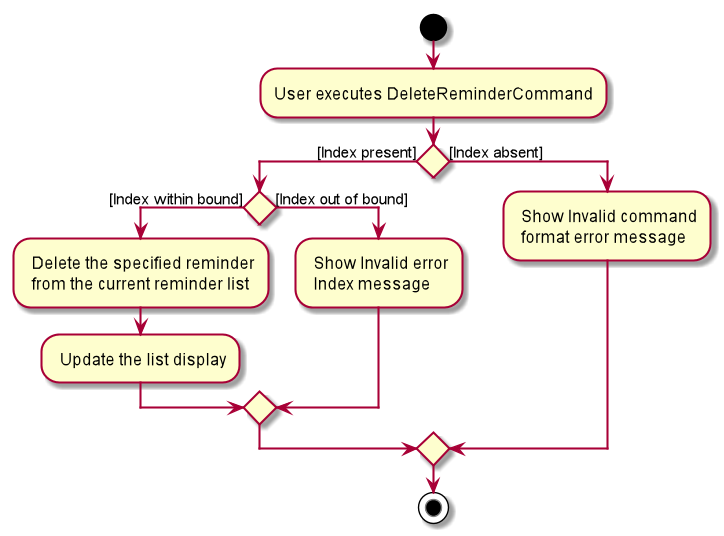
This is docs/images/DeleteReminderActivityDiagram.png from nus-cs2103-AY1920S1/addressbook-level3, a PlantUML export, as it was before one commit. The source it was exported from:
```plantuml
@startuml
start
:User executes DeleteReminderCommand;

if() then ([Index present])
    if() then ([Index within bound])
        : Delete the specified reminder
         from the current reminder list;
        : Update the list display;
    else ([Index out of bound])
        : Show Invalid error
         Index message;
    endif
else([Index absent])
    : Show Invalid command
     format error message;
endif
stop
@enduml
```
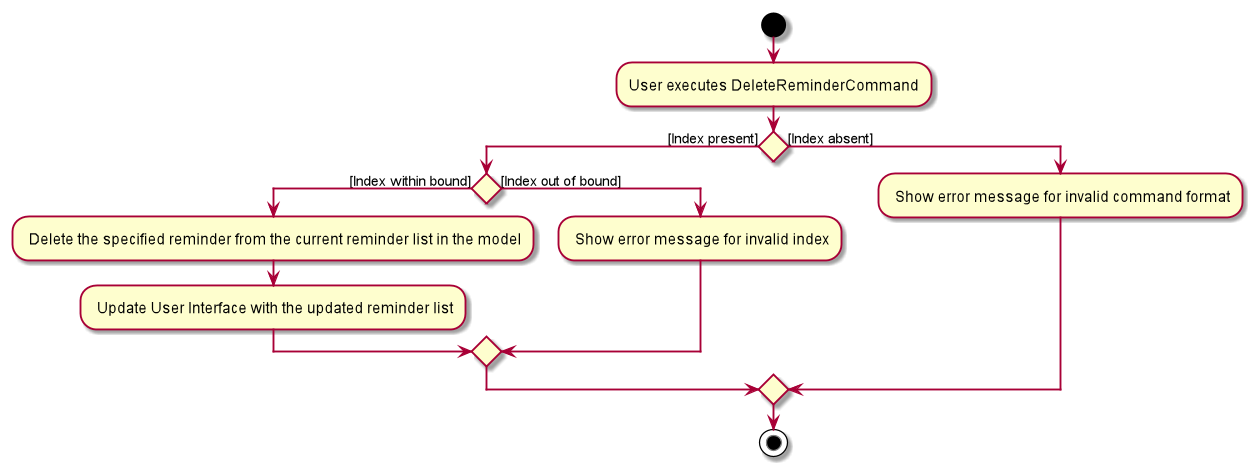
After the change.

What changed in the source:
```diff
@@ -4,16 +4,13 @@
 
 if() then ([Index present])
     if() then ([Index within bound])
-        : Delete the specified reminder
-         from the current reminder list;
-        : Update the list display;
+        : Delete the specified reminder from the current reminder list in the model;
+        : Update User Interface with the updated reminder list;
     else ([Index out of bound])
-        : Show Invalid error
-         Index message;
+        : Show error message for invalid index;
     endif
 else([Index absent])
-    : Show Invalid command
-     format error message;
+    : Show error message for invalid command format;
 endif
 stop
 @enduml
```
